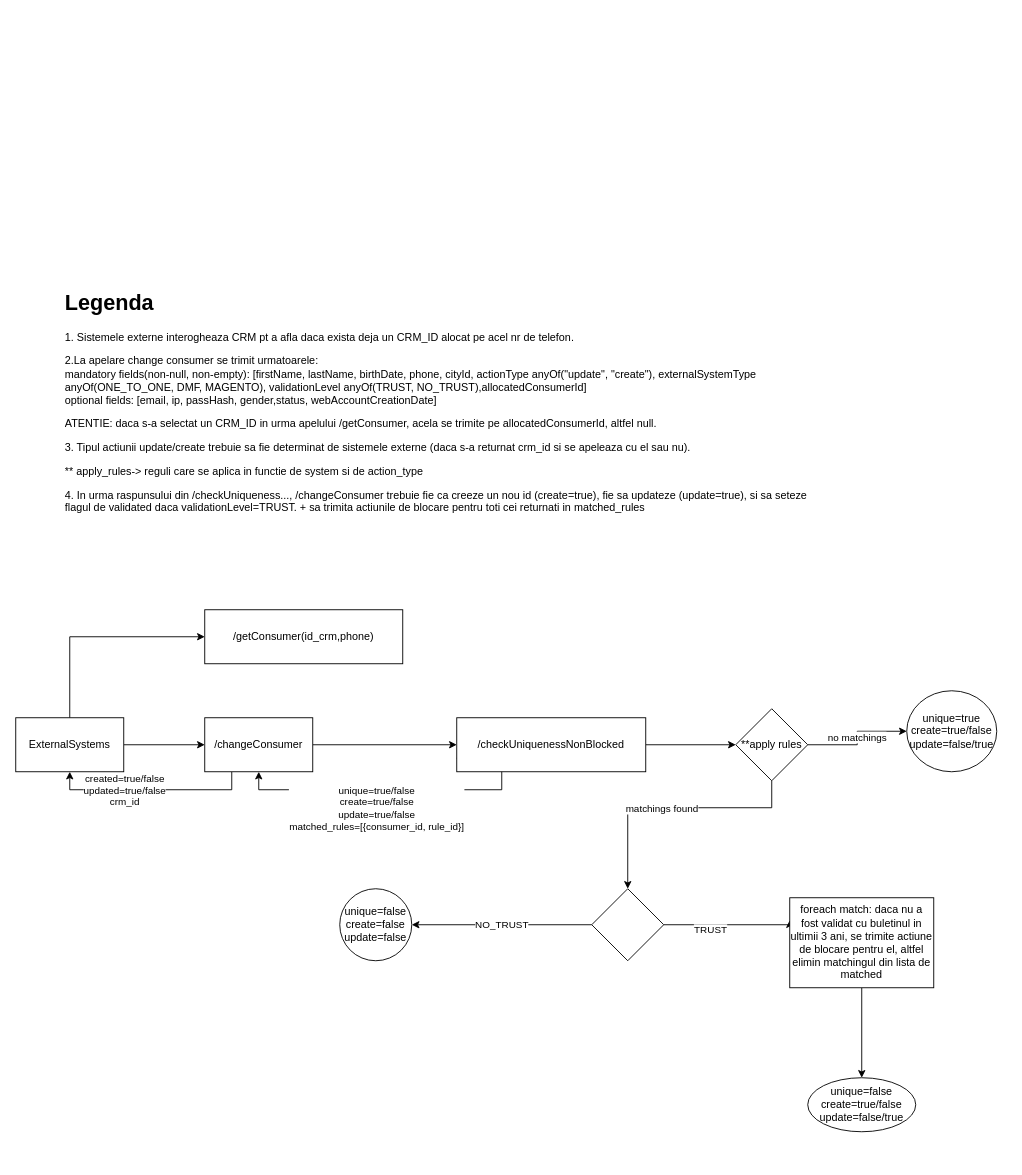
This is identity-matcher-final.drawio from btalpiga/3nyble-draw-io, a draw.io file, before an edit. Source tidied: cells renumbered, new cells numbered last; positions are measured from the earlier drawing's top-left corner, leaving out a move shared by most shapes. Both pictures are drawn from the tidied source at 90%, with x=0, y=0 at pixel (15, 285).
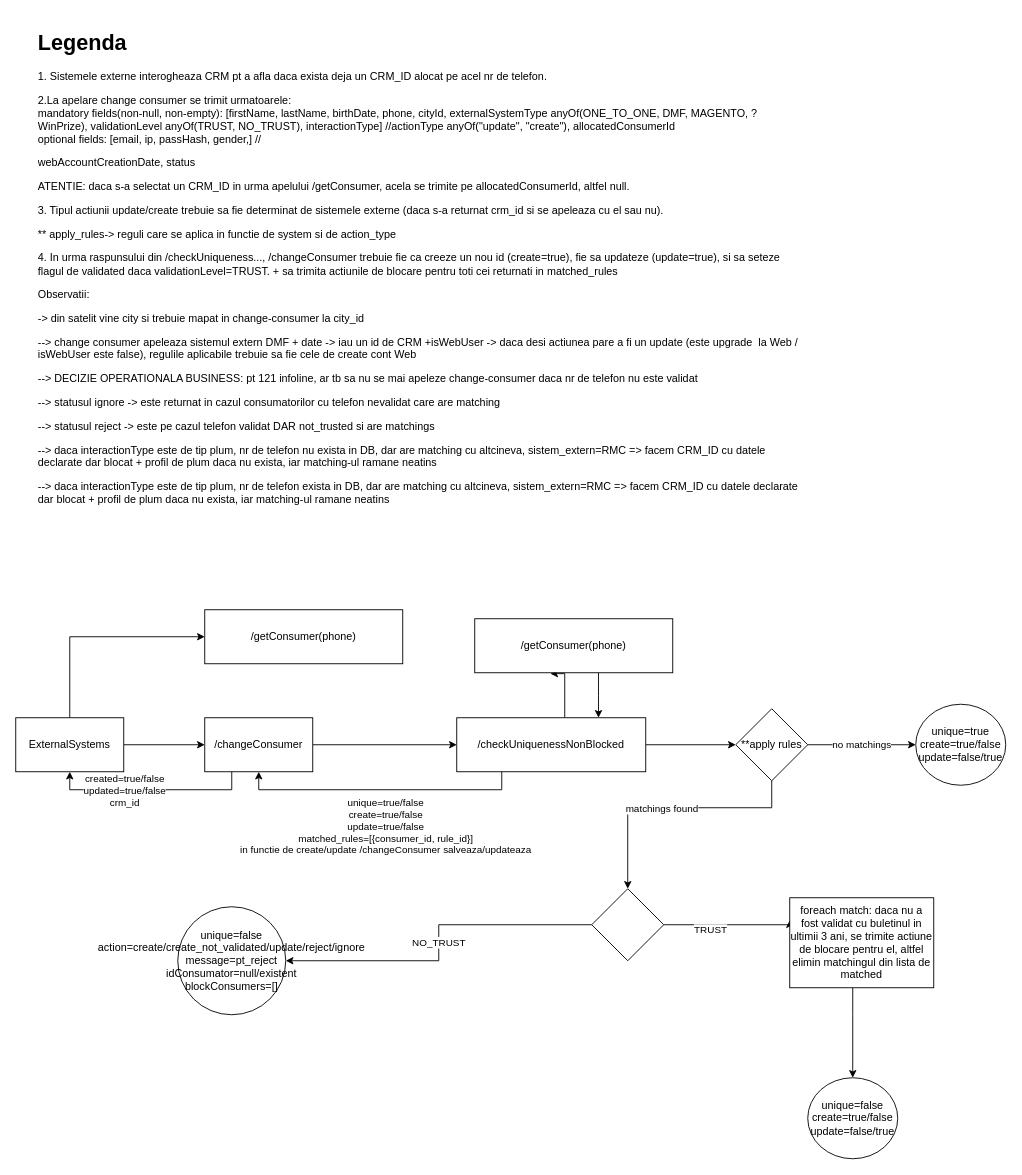
The same page after the edit.

Unchanged cells that the change refers to:
```xml
<mxCell id="11" style="edgeStyle=orthogonalEdgeStyle;rounded=0;jettySize=auto;html=1;exitX=0;exitY=0.75;exitDx=0;exitDy=0;entryX=0.5;entryY=1;entryDx=0;entryDy=0;" parent="1" edge="1" source="14" target="9">
  <mxGeometry relative="1" as="geometry">
    <Array as="points">
      <mxPoint x="540" y="560" />
      <mxPoint x="270" y="560" />
    </Array>
  </mxGeometry>
</mxCell>
<mxCell id="14" value="/checkUniquenessNonBlocked" style="whiteSpace=wrap;html=1;rounded=0;" parent="1" vertex="1">
  <mxGeometry x="490" y="480" width="210" height="60" as="geometry" />
</mxCell>
<mxCell id="23" value="foreach match: daca nu a fost validat cu buletinul in ultimii 3 ani, se trimite actiune de blocare pentru el, altfel elimin matchingul din lista de matched" style="rounded=0;whiteSpace=wrap;html=1;" parent="1" vertex="1">
  <mxGeometry x="860" y="680" width="160" height="100" as="geometry" />
</mxCell>
```

The edit, as a diff of the source:
```diff
@@
-    <mxCell id="6" value="/getConsumer(id_crm,phone)" style="whiteSpace=wrap;html=1;rounded=0;" parent="1" vertex="1">
+    <mxCell id="6" value="/getConsumer(phone)" style="whiteSpace=wrap;html=1;rounded=0;" parent="1" vertex="1">
       <mxGeometry x="210" y="360" width="220" height="60" as="geometry" />
     </mxCell>
@@
-    <mxCell id="10" value="&lt;h1&gt;Legenda&lt;/h1&gt;&lt;p&gt;&lt;span style=&quot;text-align: center;&quot;&gt;1. Sistemele externe interogheaza CRM pt a afla daca exista deja un CRM_ID alocat pe acel nr de telefon.&lt;/span&gt;&lt;/p&gt;&lt;p&gt;&lt;span style=&quot;text-align: center;&quot;&gt;2.La apelare change consumer se trimit urmatoarele:&amp;nbsp;&lt;/span&gt;&lt;br style=&quot;text-align: center;&quot;&gt;&lt;span style=&quot;text-align: center;&quot;&gt;mandatory fields(non-null, non-empty): [firstName, lastName, birthDate, phone, cityId, actionType anyOf(&quot;update&quot;, &quot;create&quot;), externalSystemType anyOf(ONE_TO_ONE, DMF, MAGENTO), validationLevel anyOf(TRUST, NO_TRUST),allocatedConsumerId]&lt;/span&gt;&lt;br style=&quot;text-align: center;&quot;&gt;&lt;span style=&quot;text-align: center;&quot;&gt;optional fields: [email, ip, passHash, gender,status,&amp;nbsp;webAccountCreationDate]&lt;/span&gt;&lt;span style=&quot;text-align: center;&quot;&gt;&lt;br&gt;&lt;/span&gt;&lt;/p&gt;&lt;p&gt;&lt;span style=&quot;text-align: center;&quot;&gt;ATENTIE: daca s-a selectat un CRM_ID in urma apelului /getConsumer, acela se trimite pe allocatedConsumerId, altfel null.&lt;/span&gt;&lt;/p&gt;&lt;p&gt;&lt;span style=&quot;text-align: center;&quot;&gt;3. Tipul actiunii update/create trebuie sa fie determinat de sistemele externe (daca s-a returnat crm_id si se apeleaza cu el sau nu).&lt;/span&gt;&lt;/p&gt;&lt;p&gt;** apply_rules-&amp;gt; reguli care se aplica in functie de system si de action_type&lt;span style=&quot;text-align: center;&quot;&gt;&lt;br&gt;&lt;/span&gt;&lt;/p&gt;&lt;p&gt;&lt;span style=&quot;text-align: center;&quot;&gt;4. In urma raspunsului din /checkUniqueness..., /changeConsumer trebuie fie ca creeze un nou id (create=true), fie sa updateze (update=true), si sa seteze&amp;nbsp; flagul de validated daca validationLevel=TRUST. + sa trimita actiunile de blocare pentru toti cei returnati in matched_rules&lt;/span&gt;&lt;/p&gt;&lt;p&gt;&lt;span style=&quot;text-align: center;&quot;&gt;&lt;br&gt;&lt;/span&gt;&lt;/p&gt;" style="text;html=1;strokeColor=none;fillColor=none;spacing=5;spacingTop=-20;whiteSpace=wrap;overflow=hidden;rounded=0;" parent="1" vertex="1">
-      <mxGeometry x="50" width="860" height="310" as="geometry" />
+    <mxCell id="10" value="&lt;h1&gt;Legenda&lt;/h1&gt;&lt;p&gt;&lt;span style=&quot;text-align: center;&quot;&gt;1. Sistemele externe interogheaza CRM pt a afla daca exista deja un CRM_ID alocat pe acel nr de telefon.&lt;/span&gt;&lt;/p&gt;&lt;p&gt;&lt;span style=&quot;text-align: center;&quot;&gt;2.La apelare change consumer se trimit urmatoarele:&amp;nbsp;&lt;/span&gt;&lt;br style=&quot;text-align: center;&quot;&gt;&lt;span style=&quot;text-align: center;&quot;&gt;mandatory fields(non-null, non-empty): [firstName, lastName, birthDate, phone, cityId, externalSystemType anyOf(ONE_TO_ONE, DMF, MAGENTO, ?WinPrize), validationLevel anyOf(TRUST, NO_TRUST), interactionType] //&lt;/span&gt;&lt;span style=&quot;text-align: center;&quot;&gt;actionType anyOf(&quot;update&quot;, &quot;create&quot;),&amp;nbsp;&lt;/span&gt;&lt;span style=&quot;text-align: center;&quot;&gt;allocatedConsumerId&lt;/span&gt;&lt;br style=&quot;text-align: center;&quot;&gt;&lt;span style=&quot;text-align: center;&quot;&gt;optional fields: [email, ip, passHash, gender,] //&lt;/span&gt;&lt;/p&gt;&lt;span style=&quot;text-align: center;&quot;&gt;webAccountCreationDate,&amp;nbsp;&lt;/span&gt;&lt;span style=&quot;text-align: center;&quot;&gt;status&lt;/span&gt;&lt;br&gt;&lt;p&gt;&lt;span style=&quot;text-align: center;&quot;&gt;ATENTIE: daca s-a selectat un CRM_ID in urma apelului /getConsumer, acela se trimite pe allocatedConsumerId, altfel null.&lt;/span&gt;&lt;/p&gt;&lt;p&gt;&lt;span style=&quot;text-align: center;&quot;&gt;3. Tipul actiunii update/create trebuie sa fie determinat de sistemele externe (daca s-a returnat crm_id si se apeleaza cu el sau nu).&lt;/span&gt;&lt;/p&gt;&lt;p&gt;** apply_rules-&amp;gt; reguli care se aplica in functie de system si de action_type&lt;span style=&quot;text-align: center;&quot;&gt;&lt;br&gt;&lt;/span&gt;&lt;/p&gt;&lt;p&gt;&lt;span style=&quot;text-align: center;&quot;&gt;4. In urma raspunsului din /checkUniqueness..., /changeConsumer trebuie fie ca creeze un nou id (create=true), fie sa updateze (update=true), si sa seteze&amp;nbsp; flagul de validated daca validationLevel=TRUST. + sa trimita actiunile de blocare pentru toti cei returnati in matched_rules&lt;/span&gt;&lt;/p&gt;&lt;p&gt;&lt;span style=&quot;text-align: center;&quot;&gt;Observatii:&lt;/span&gt;&lt;/p&gt;&lt;p&gt;&lt;span style=&quot;text-align: center;&quot;&gt;&lt;span style=&quot;&quot;&gt; &lt;/span&gt;-&amp;gt; din satelit vine city si trebuie mapat in change-consumer la city_id&lt;/span&gt;&lt;/p&gt;&lt;p&gt;&lt;span style=&quot;text-align: center;&quot;&gt;--&amp;gt; change consumer apeleaza sistemul extern DMF + date -&amp;gt; iau un id de CRM +isWebUser -&amp;gt; daca desi actiunea pare a fi un update (este upgrade&amp;nbsp; la Web / isWebUser este false), regulile aplicabile trebuie sa fie cele de create cont Web&lt;/span&gt;&lt;/p&gt;&lt;p&gt;&lt;span style=&quot;text-align: center;&quot;&gt;--&amp;gt; DECIZIE OPERATIONALA BUSINESS: pt 121 infoline, ar tb sa nu se mai apeleze change-consumer daca nr de telefon nu este validat&amp;nbsp;&lt;/span&gt;&lt;/p&gt;&lt;p&gt;&lt;span style=&quot;text-align: center;&quot;&gt;--&amp;gt; statusul ignore -&amp;gt; este returnat in cazul consumatorilor cu telefon nevalidat care are matching&lt;/span&gt;&lt;/p&gt;&lt;p&gt;&lt;span style=&quot;text-align: center;&quot;&gt;--&amp;gt; statusul reject -&amp;gt; este pe cazul telefon validat DAR not_trusted si are matchings&lt;/span&gt;&lt;/p&gt;&lt;p&gt;&lt;span style=&quot;text-align: center;&quot;&gt;--&amp;gt; daca interactionType este de tip plum, nr de telefon nu exista in DB, dar are matching cu altcineva, sistem_extern=RMC =&amp;gt; facem CRM_ID cu datele declarate dar blocat + profil de plum daca nu exista, iar matching-ul ramane neatins&lt;/span&gt;&lt;/p&gt;&lt;p&gt;&lt;span style=&quot;text-align: center;&quot;&gt;--&amp;gt; daca interactionType este de tip plum, nr de telefon exista in DB, dar are matching cu altcineva, sistem_extern=RMC =&amp;gt; facem CRM_ID cu datele declarate dar blocat + profil de plum daca nu exista, iar matching-ul ramane neatins&lt;/span&gt;&lt;span style=&quot;text-align: center;&quot;&gt;&lt;br&gt;&lt;/span&gt;&lt;/p&gt;" style="text;html=1;strokeColor=none;fillColor=none;spacing=5;spacingTop=-20;whiteSpace=wrap;overflow=hidden;rounded=0;" parent="1" vertex="1">
+      <mxGeometry x="20" y="-290" width="860" height="570" as="geometry" />
     </mxCell>
@@
-    <mxCell id="12" value="unique=true/false&lt;br&gt;create=true/false&lt;br&gt;update=true/false&lt;br&gt;matched_rules=[{consumer_id, rule_id}]" style="edgeLabel;html=1;align=center;verticalAlign=middle;" parent="11" vertex="1">
+    <mxCell id="12" value="unique=true/false&lt;br&gt;create=true/false&lt;br&gt;update=true/false&lt;br&gt;matched_rules=[{consumer_id, rule_id}]&lt;br&gt;in functie de create/update /changeConsumer salveaza/updateaza" style="edgeLabel;html=1;align=center;verticalAlign=middle;" parent="11" vertex="1">
       <mxGeometry x="0.2" relative="1" as="geometry">
-        <mxPoint y="20" as="offset" />
+        <mxPoint x="10" y="40" as="offset" />
       </mxGeometry>
     </mxCell>
@@
+    <mxCell id="28" style="edgeStyle=orthogonalEdgeStyle;rounded=0;jettySize=auto;html=1;entryX=0.382;entryY=1.017;entryDx=0;entryDy=0;entryPerimeter=0;" parent="1" edge="1" source="14" target="30">
+      <mxGeometry relative="1" as="geometry">
+        <Array as="points">
+          <mxPoint x="610" y="431" />
+        </Array>
+      </mxGeometry>
+    </mxCell>
@@
     <mxCell id="21" value="unique=true&lt;br&gt;create=true/false&lt;br&gt;update=false/true" style="ellipse;whiteSpace=wrap;html=1;rounded=0;" parent="1" vertex="1">
-      <mxGeometry x="990" y="450" width="100" height="90" as="geometry" />
+      <mxGeometry x="1000" y="465" width="100" height="90" as="geometry" />
     </mxCell>
     <mxCell id="22" style="edgeStyle=orthogonalEdgeStyle;rounded=0;jettySize=auto;html=1;" parent="1" edge="1" source="23" target="27">
-      <mxGeometry relative="1" as="geometry" />
+      <mxGeometry relative="1" as="geometry">
+        <Array as="points">
+          <mxPoint x="930" y="810" />
+          <mxPoint x="930" y="810" />
+        </Array>
+      </mxGeometry>
     </mxCell>
@@
-    <mxCell id="26" value="unique=false&lt;br&gt;create=false&lt;br&gt;update=false" style="ellipse;whiteSpace=wrap;html=1;" parent="1" vertex="1">
-      <mxGeometry x="360" y="670" width="80" height="80" as="geometry" />
+    <mxCell id="26" value="unique=false&lt;br&gt;action=create/create_not_validated/update/reject/ignore&lt;br&gt;message=pt_reject&lt;br&gt;idConsumator=null/existent&lt;br&gt;blockConsumers=[]" style="ellipse;whiteSpace=wrap;html=1;" parent="1" vertex="1">
+      <mxGeometry x="180" y="690" width="120" height="120" as="geometry" />
     </mxCell>
     <mxCell id="27" value="unique=false&lt;br&gt;create=true/false&lt;br&gt;update=false/true" style="ellipse;whiteSpace=wrap;html=1;rounded=0;" parent="1" vertex="1">
-      <mxGeometry x="880" y="880" width="120" height="60" as="geometry" />
+      <mxGeometry x="880" y="880" width="100" height="90" as="geometry" />
     </mxCell>
+    <mxCell id="29" style="edgeStyle=orthogonalEdgeStyle;rounded=0;jettySize=auto;html=1;entryX=0.75;entryY=0;entryDx=0;entryDy=0;" parent="1" edge="1" source="30" target="14">
+      <mxGeometry relative="1" as="geometry">
+        <Array as="points">
+          <mxPoint x="648" y="455" />
+        </Array>
+      </mxGeometry>
+    </mxCell>
+    <mxCell id="30" value="/getConsumer(phone)" style="whiteSpace=wrap;html=1;rounded=0;" parent="1" vertex="1">
+      <mxGeometry x="510" y="370" width="220" height="60" as="geometry" />
+    </mxCell>
```
